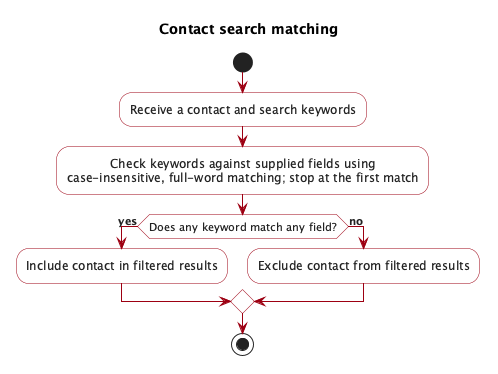
The PlantUML diagram docs/images/ContactSearchActivityDiagram.png in AY2627S1-CS2103T-T12-3/tp, before a commit.
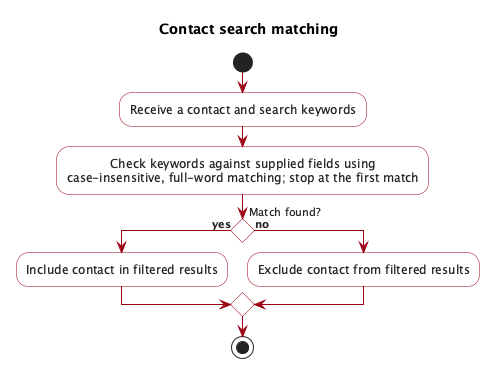
After the change.

Commit message:
Correct developer guide search and save diagrams

Diff of the diagram source:
```diff
@@ -10,13 +10,14 @@
     DiamondBackgroundColor #FFFFFF
     DiamondBorderColor MODEL_COLOR
 }
+skinparam conditionStyle diamond
 skinparam ArrowColor MODEL_COLOR
 skinparam ArrowFontColor #222222
 
 start
 :Receive a contact and search keywords;
 :Check keywords against supplied fields using\ncase-insensitive, full-word matching; stop at the first match;
-if (Does any keyword match any field?) then (yes)
+if (Match found?) then (yes)
     :Include contact in filtered results;
 else (no)
     :Exclude contact from filtered results;
```
